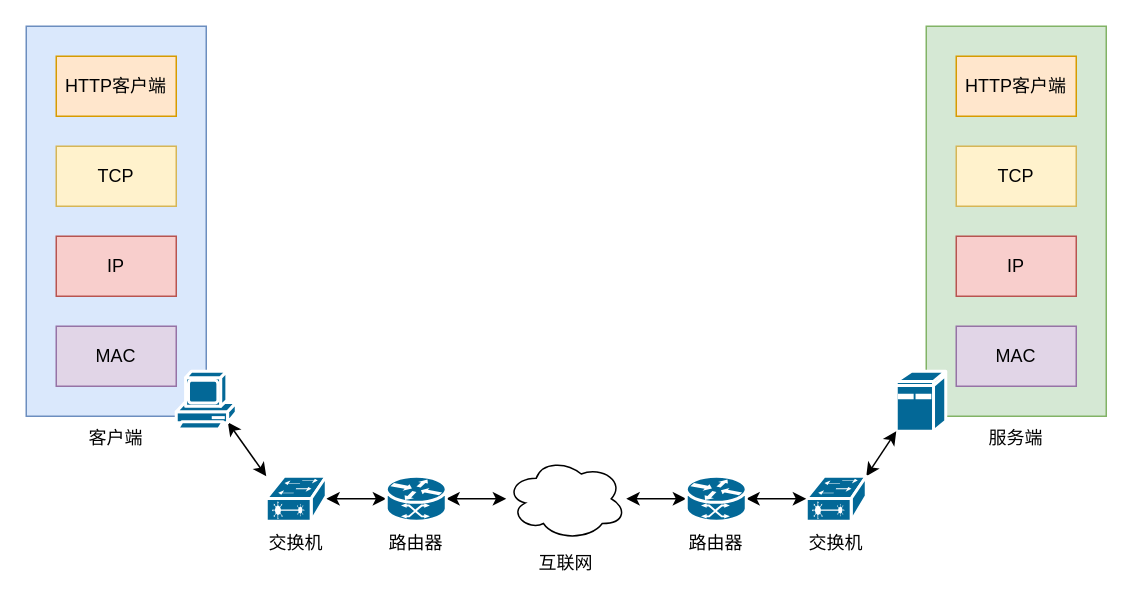
Before: tcpip/网络通信.drawio in tx469541153/graph, a draw.io diagram. Source tidied: cells renumbered, new cells numbered last; positions are measured from the earlier drawing's top-left corner, leaving out a move shared by most shapes. Both pictures are drawn from the tidied source at 150%, with x=0, y=0 at pixel (26, 26).
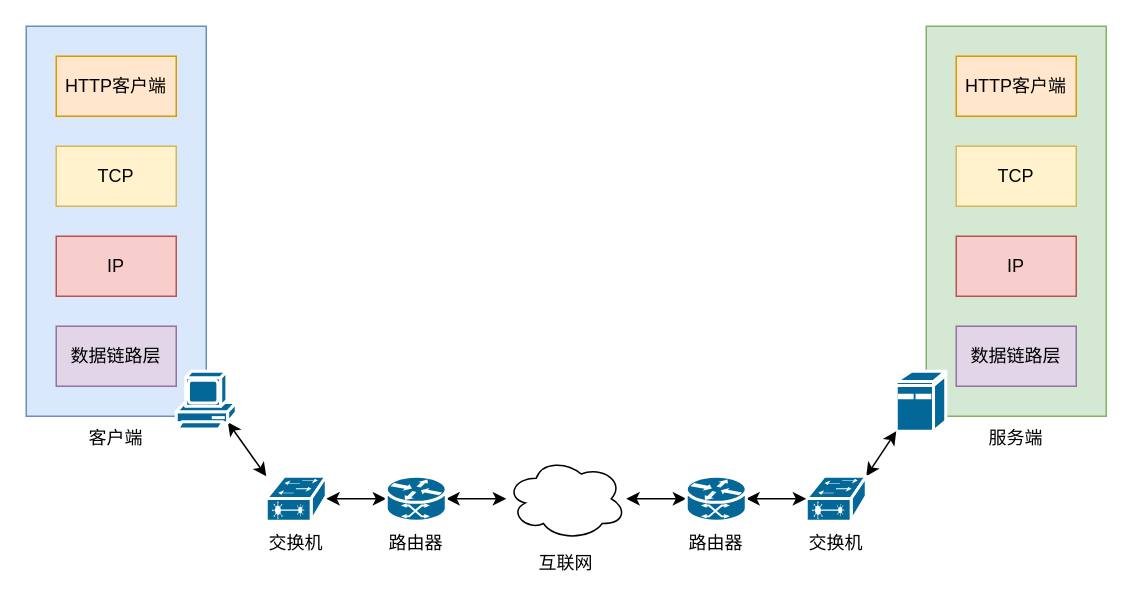
The same diagram, later.

Commit message:
更新网络通信.drawio

Diff of the diagram source:
```diff
@@
-    <mxCell id="6" value="MAC" style="rounded=0;whiteSpace=wrap;html=1;fillColor=#e1d5e7;strokeColor=#9673a6;" parent="1" vertex="1">
+    <mxCell id="6" value="数据链路层" style="rounded=0;whiteSpace=wrap;html=1;fillColor=#e1d5e7;strokeColor=#9673a6;" parent="1" vertex="1">
       <mxGeometry x="20" y="200" width="80" height="40" as="geometry" />
     </mxCell>
@@
-    <mxCell id="13" value="MAC" style="rounded=0;whiteSpace=wrap;html=1;fillColor=#e1d5e7;strokeColor=#9673a6;" parent="1" vertex="1">
+    <mxCell id="13" value="数据链路层" style="rounded=0;whiteSpace=wrap;html=1;fillColor=#e1d5e7;strokeColor=#9673a6;" parent="1" vertex="1">
       <mxGeometry x="620" y="200" width="80" height="40" as="geometry" />
     </mxCell>
```
